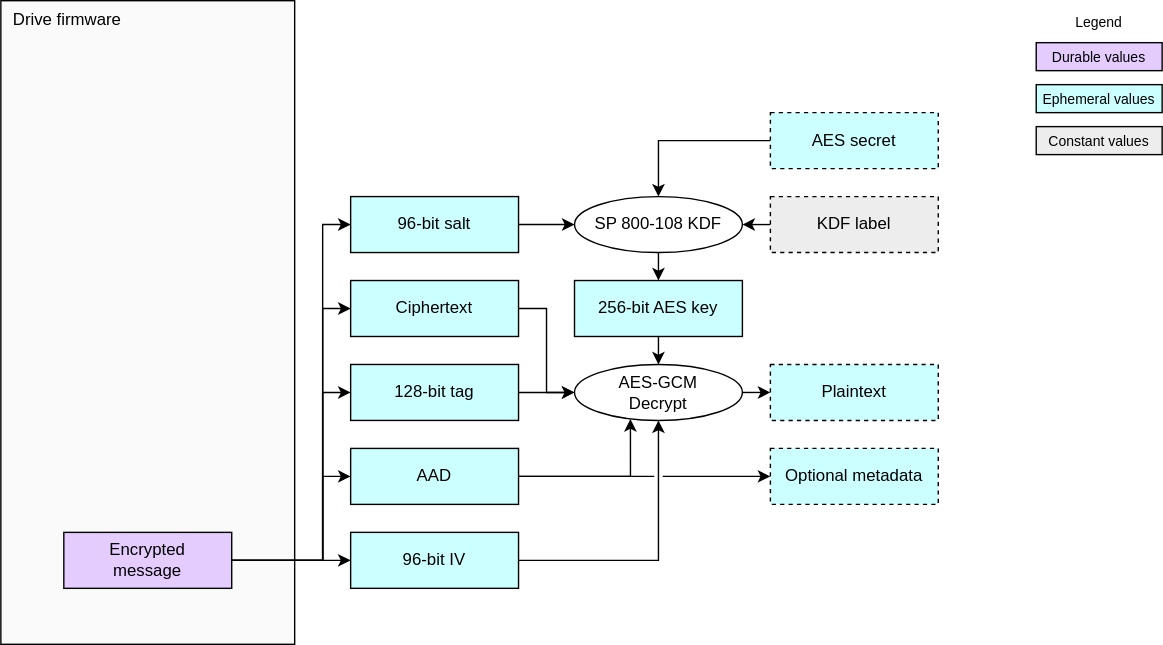
Earlier version of the draw.io export doc/ocp_lock/diagrams/preconditioned_aes_decrypt.drawio.svg (chipsalliance/Caliptra). Source tidied: cells renumbered, new cells last; positions are measured from the earlier drawing's top-left corner, leaving out a move shared by most shapes. The source it was exported from:
```xml
<mxGraphModel background="#ffffff">
  <root>
    <mxCell id="0" />
    <mxCell id="1" parent="0" />
    <mxCell id="2" value="Drive firmware" style="rounded=0;whiteSpace=wrap;html=1;fillColor=#FAFAFA;strokeColor=#000000;align=left;verticalAlign=top;spacingLeft=7;" parent="1" vertex="1">
      <mxGeometry width="210" height="460" as="geometry" />
    </mxCell>
    <mxCell id="3" value="&lt;div&gt;&lt;font color=&quot;#000000&quot;&gt;Durable values&lt;/font&gt;&lt;/div&gt;" style="rounded=0;whiteSpace=wrap;html=1;align=center;verticalAlign=middle;shadow=0;glass=0;spacingLeft=0;spacingBottom=0;spacingTop=0;fillColor=#E5CCFF;fontSize=10;" parent="1" vertex="1">
      <mxGeometry x="740" y="30" width="90" height="20" as="geometry" />
    </mxCell>
    <mxCell id="4" value="Legend" style="text;strokeColor=none;align=center;fillColor=none;html=1;verticalAlign=middle;whiteSpace=wrap;rounded=0;fontSize=10;" parent="1" vertex="1">
      <mxGeometry x="755" width="60" height="30" as="geometry" />
    </mxCell>
    <mxCell id="5" value="&lt;div&gt;&lt;font color=&quot;#000000&quot;&gt;Ephemeral values&lt;/font&gt;&lt;/div&gt;" style="rounded=0;whiteSpace=wrap;html=1;align=center;verticalAlign=middle;shadow=0;glass=0;spacingLeft=0;spacingBottom=0;spacingTop=0;fillColor=#CCFFFF;fontSize=10;" parent="1" vertex="1">
      <mxGeometry x="740" y="60" width="90" height="20" as="geometry" />
    </mxCell>
    <mxCell id="6" style="edgeStyle=orthogonalEdgeStyle;html=1;exitX=1;exitY=0.5;exitDx=0;exitDy=0;entryX=0;entryY=0.5;entryDx=0;entryDy=0;rounded=0;" parent="1" edge="1" source="7" target="34">
      <mxGeometry relative="1" as="geometry">
        <Array as="points">
          <mxPoint x="230" y="400" />
          <mxPoint x="230" y="340" />
        </Array>
      </mxGeometry>
    </mxCell>
    <mxCell id="7" value="&lt;div&gt;&lt;font color=&quot;#000000&quot;&gt;Encrypted&lt;/font&gt;&lt;/div&gt;&lt;div&gt;&lt;font color=&quot;#000000&quot;&gt;message&lt;/font&gt;&lt;/div&gt;" style="rounded=0;whiteSpace=wrap;html=1;align=center;verticalAlign=middle;shadow=0;glass=0;spacingLeft=0;spacingBottom=0;spacingTop=0;fillColor=#E5CCFF;gradientColor=none;strokeColor=#000000;gradientDirection=south;" parent="1" vertex="1">
      <mxGeometry x="45" y="380" width="120" height="40" as="geometry" />
    </mxCell>
    <mxCell id="8" style="html=1;exitX=1;exitY=0.5;exitDx=0;exitDy=0;entryX=0;entryY=0.5;entryDx=0;entryDy=0;rounded=0;" parent="1" edge="1" source="25" target="14">
      <mxGeometry relative="1" as="geometry" />
    </mxCell>
    <mxCell id="9" style="edgeStyle=orthogonalEdgeStyle;html=1;exitX=1;exitY=0.5;exitDx=0;exitDy=0;entryX=0;entryY=0.5;entryDx=0;entryDy=0;rounded=0;" parent="1" edge="1" source="14" target="10">
      <mxGeometry relative="1" as="geometry" />
    </mxCell>
    <mxCell id="10" value="&lt;div&gt;&lt;font color=&quot;#000000&quot;&gt;Plaintext&lt;/font&gt;&lt;/div&gt;" style="rounded=0;whiteSpace=wrap;html=1;align=center;verticalAlign=middle;shadow=0;glass=0;spacingLeft=0;spacingBottom=0;spacingTop=0;fillColor=#CCFFFF;dashed=1;" parent="1" vertex="1">
      <mxGeometry x="550" y="260" width="120" height="40" as="geometry" />
    </mxCell>
    <mxCell id="11" style="edgeStyle=orthogonalEdgeStyle;html=1;exitX=1;exitY=0.5;exitDx=0;exitDy=0;entryX=0.5;entryY=1;entryDx=0;entryDy=0;rounded=0;curved=0;" parent="1" edge="1" source="12" target="14">
      <mxGeometry relative="1" as="geometry" />
    </mxCell>
    <mxCell id="12" value="&lt;div&gt;&lt;font color=&quot;#000000&quot;&gt;96-bit IV&lt;/font&gt;&lt;/div&gt;" style="rounded=0;whiteSpace=wrap;html=1;align=center;verticalAlign=middle;shadow=0;glass=0;spacingLeft=0;spacingBottom=0;spacingTop=0;fillColor=#CCFFFF;" parent="1" vertex="1">
      <mxGeometry x="250" y="380" width="120" height="40" as="geometry" />
    </mxCell>
    <mxCell id="13" style="edgeStyle=orthogonalEdgeStyle;html=1;exitX=1;exitY=0.5;exitDx=0;exitDy=0;entryX=0;entryY=0.5;entryDx=0;entryDy=0;rounded=0;" parent="1" edge="1" source="27" target="14">
      <mxGeometry relative="1" as="geometry" />
    </mxCell>
    <mxCell id="14" value="AES-GCM&lt;div&gt;Decrypt&lt;/div&gt;" style="ellipse;whiteSpace=wrap;html=1;fillColor=#FFFFFF;" parent="1" vertex="1">
      <mxGeometry x="410" y="260" width="120" height="40" as="geometry" />
    </mxCell>
    <mxCell id="15" style="edgeStyle=orthogonalEdgeStyle;endArrow=classic;html=1;rounded=0;endSize=6;startSize=6;entryX=0;entryY=0.5;entryDx=0;entryDy=0;exitX=1;exitY=0.5;exitDx=0;exitDy=0;" parent="1" edge="1" source="7" target="27">
      <mxGeometry relative="1" as="geometry">
        <Array as="points">
          <mxPoint x="230" y="400" />
          <mxPoint x="230" y="220" />
        </Array>
      </mxGeometry>
    </mxCell>
    <mxCell id="16" style="edgeStyle=none;html=1;exitX=0.5;exitY=1;exitDx=0;exitDy=0;entryX=0.5;entryY=0;entryDx=0;entryDy=0;" parent="1" edge="1" source="19" target="17">
      <mxGeometry relative="1" as="geometry" />
    </mxCell>
    <mxCell id="17" value="&lt;div&gt;&lt;font color=&quot;#000000&quot;&gt;256-bit AES key&lt;/font&gt;&lt;/div&gt;" style="rounded=0;whiteSpace=wrap;html=1;align=center;verticalAlign=middle;shadow=0;glass=0;spacingLeft=0;spacingBottom=0;spacingTop=0;fillColor=#CCFFFF;" parent="1" vertex="1">
      <mxGeometry x="410" y="200" width="120" height="40" as="geometry" />
    </mxCell>
    <mxCell id="18" style="edgeStyle=orthogonalEdgeStyle;endArrow=classic;html=1;rounded=0;endSize=6;startSize=6;exitX=0;exitY=0.5;exitDx=0;exitDy=0;entryX=0.5;entryY=0;entryDx=0;entryDy=0;" parent="1" edge="1" source="20" target="19">
      <mxGeometry relative="1" as="geometry" />
    </mxCell>
    <mxCell id="19" value="SP 800-108 KDF" style="ellipse;whiteSpace=wrap;html=1;fillColor=#FFFFFF;" parent="1" vertex="1">
      <mxGeometry x="410" y="140" width="120" height="40" as="geometry" />
    </mxCell>
    <mxCell id="20" value="AES secret" style="rounded=0;whiteSpace=wrap;html=1;align=center;verticalAlign=middle;shadow=0;glass=0;spacingLeft=0;spacingBottom=0;spacingTop=0;fillColor=#CCFFFF;dashed=1;" parent="1" vertex="1">
      <mxGeometry x="550" y="80" width="120" height="40" as="geometry" />
    </mxCell>
    <mxCell id="21" value="&lt;div&gt;&lt;font color=&quot;#000000&quot;&gt;96-bit salt&lt;/font&gt;&lt;/div&gt;" style="rounded=0;whiteSpace=wrap;html=1;align=center;verticalAlign=middle;shadow=0;glass=0;spacingLeft=0;spacingBottom=0;spacingTop=0;fillColor=#CCFFFF;" parent="1" vertex="1">
      <mxGeometry x="250" y="140" width="120" height="40" as="geometry" />
    </mxCell>
    <mxCell id="22" style="edgeStyle=orthogonalEdgeStyle;endArrow=classic;html=1;rounded=0;endSize=6;startSize=6;exitX=1;exitY=0.5;exitDx=0;exitDy=0;entryX=0;entryY=0.5;entryDx=0;entryDy=0;" parent="1" edge="1" source="21" target="19">
      <mxGeometry relative="1" as="geometry" />
    </mxCell>
    <mxCell id="23" style="edgeStyle=orthogonalEdgeStyle;html=1;entryX=0;entryY=0.5;entryDx=0;entryDy=0;rounded=0;curved=0;exitX=1;exitY=0.5;exitDx=0;exitDy=0;" parent="1" edge="1" source="7" target="12">
      <mxGeometry relative="1" as="geometry" />
    </mxCell>
    <mxCell id="24" style="edgeStyle=orthogonalEdgeStyle;html=1;entryX=0;entryY=0.5;entryDx=0;entryDy=0;rounded=0;exitX=1;exitY=0.5;exitDx=0;exitDy=0;" parent="1" edge="1" source="7" target="25">
      <mxGeometry relative="1" as="geometry">
        <Array as="points">
          <mxPoint x="230" y="400" />
          <mxPoint x="230" y="280" />
        </Array>
      </mxGeometry>
    </mxCell>
    <mxCell id="25" value="&lt;div&gt;&lt;span style=&quot;background-color: transparent;&quot;&gt;128-bit tag&lt;/span&gt;&lt;/div&gt;" style="rounded=0;whiteSpace=wrap;html=1;align=center;verticalAlign=middle;shadow=0;glass=0;spacingLeft=0;spacingBottom=0;spacingTop=0;fillColor=#CCFFFF;" parent="1" vertex="1">
      <mxGeometry x="250" y="260" width="120" height="40" as="geometry" />
    </mxCell>
    <mxCell id="26" style="edgeStyle=orthogonalEdgeStyle;html=1;exitX=0.5;exitY=1;exitDx=0;exitDy=0;entryX=0.5;entryY=0;entryDx=0;entryDy=0;rounded=0;" parent="1" edge="1" source="17" target="14">
      <mxGeometry relative="1" as="geometry" />
    </mxCell>
    <mxCell id="27" value="&lt;div&gt;&lt;font color=&quot;#000000&quot;&gt;Ciphertext&lt;/font&gt;&lt;/div&gt;" style="rounded=0;whiteSpace=wrap;html=1;align=center;verticalAlign=middle;shadow=0;glass=0;spacingLeft=0;spacingBottom=0;spacingTop=0;fillColor=#CCFFFF;" parent="1" vertex="1">
      <mxGeometry x="250" y="200" width="120" height="40" as="geometry" />
    </mxCell>
    <mxCell id="28" style="edgeStyle=orthogonalEdgeStyle;endArrow=classic;html=1;rounded=0;endSize=6;startSize=6;entryX=0;entryY=0.5;entryDx=0;entryDy=0;exitX=1;exitY=0.5;exitDx=0;exitDy=0;" parent="1" edge="1" source="7" target="21">
      <mxGeometry relative="1" as="geometry">
        <Array as="points">
          <mxPoint x="230" y="400" />
          <mxPoint x="230" y="160" />
        </Array>
      </mxGeometry>
    </mxCell>
    <mxCell id="29" style="edgeStyle=orthogonalEdgeStyle;html=1;exitX=0;exitY=0.5;exitDx=0;exitDy=0;entryX=1;entryY=0.5;entryDx=0;entryDy=0;rounded=0;" parent="1" edge="1" source="30" target="19">
      <mxGeometry relative="1" as="geometry" />
    </mxCell>
    <mxCell id="30" value="&lt;div&gt;&lt;font color=&quot;#000000&quot;&gt;KDF label&lt;/font&gt;&lt;/div&gt;" style="rounded=0;whiteSpace=wrap;html=1;align=center;verticalAlign=middle;shadow=0;glass=0;spacingLeft=0;spacingBottom=0;spacingTop=0;fillColor=#EDEDED;dashed=1;" parent="1" vertex="1">
      <mxGeometry x="550" y="140" width="120" height="40" as="geometry" />
    </mxCell>
    <mxCell id="31" value="&lt;div&gt;&lt;font color=&quot;#000000&quot;&gt;Constant values&lt;/font&gt;&lt;/div&gt;" style="rounded=0;whiteSpace=wrap;html=1;align=center;verticalAlign=middle;shadow=0;glass=0;spacingLeft=0;spacingBottom=0;spacingTop=0;fillColor=#EDEDED;fontSize=10;" parent="1" vertex="1">
      <mxGeometry x="740" y="90" width="90" height="20" as="geometry" />
    </mxCell>
    <mxCell id="32" style="edgeStyle=orthogonalEdgeStyle;html=1;exitX=1;exitY=0.5;exitDx=0;exitDy=0;entryX=0;entryY=0.5;entryDx=0;entryDy=0;rounded=0;jumpStyle=gap;" parent="1" edge="1" source="34" target="35">
      <mxGeometry relative="1" as="geometry" />
    </mxCell>
    <mxCell id="33" style="edgeStyle=orthogonalEdgeStyle;html=1;exitX=1;exitY=0.5;exitDx=0;exitDy=0;rounded=0;curved=0;entryX=0.333;entryY=0.975;entryDx=0;entryDy=0;entryPerimeter=0;" parent="1" edge="1" source="34" target="14">
      <mxGeometry relative="1" as="geometry" />
    </mxCell>
    <mxCell id="34" value="&lt;div&gt;&lt;span style=&quot;background-color: transparent;&quot;&gt;AAD&lt;/span&gt;&lt;/div&gt;" style="rounded=0;whiteSpace=wrap;html=1;align=center;verticalAlign=middle;shadow=0;glass=0;spacingLeft=0;spacingBottom=0;spacingTop=0;fillColor=#CCFFFF;" parent="1" vertex="1">
      <mxGeometry x="250" y="320" width="120" height="40" as="geometry" />
    </mxCell>
    <mxCell id="35" value="&lt;div&gt;&lt;font color=&quot;#000000&quot;&gt;Optional metadata&lt;/font&gt;&lt;/div&gt;" style="rounded=0;whiteSpace=wrap;html=1;align=center;verticalAlign=middle;shadow=0;glass=0;spacingLeft=0;spacingBottom=0;spacingTop=0;fillColor=#CCFFFF;dashed=1;" parent="1" vertex="1">
      <mxGeometry x="550" y="320" width="120" height="40" as="geometry" />
    </mxCell>
  </root>
</mxGraphModel>
```
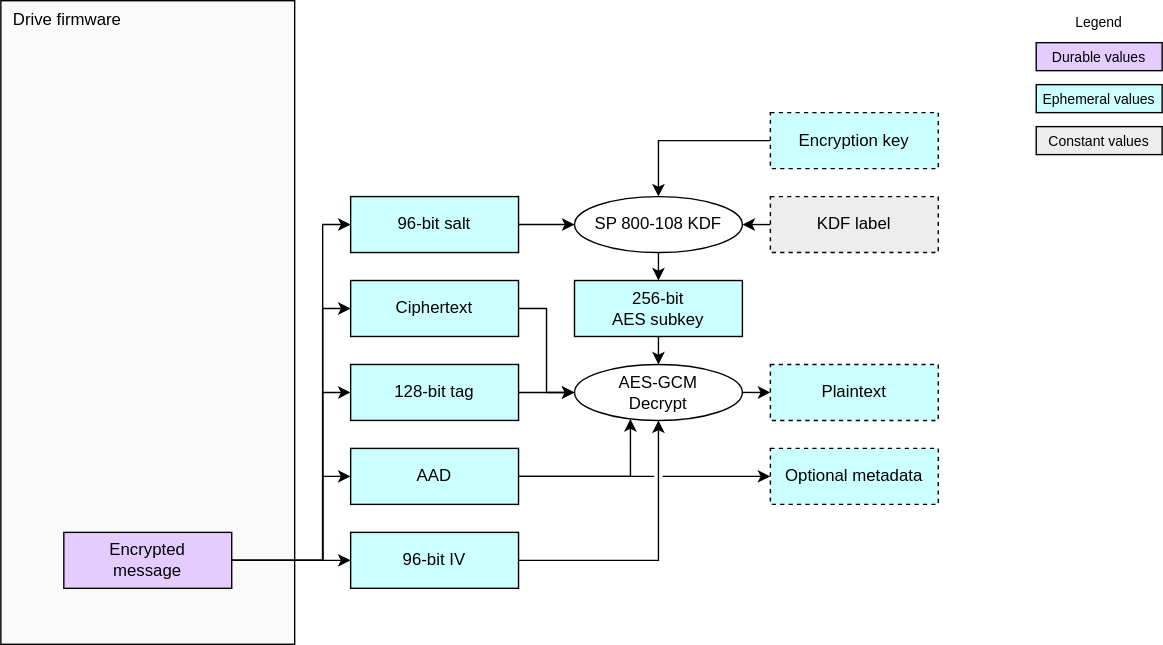
Above is the later version.

Diff of the diagram source:
```diff
@@ -57,7 +57,7 @@
     <mxCell id="16" style="edgeStyle=none;html=1;exitX=0.5;exitY=1;exitDx=0;exitDy=0;entryX=0.5;entryY=0;entryDx=0;entryDy=0;" parent="1" edge="1" source="19" target="17">
       <mxGeometry relative="1" as="geometry" />
     </mxCell>
-    <mxCell id="17" value="&lt;div&gt;&lt;font color=&quot;#000000&quot;&gt;256-bit AES key&lt;/font&gt;&lt;/div&gt;" style="rounded=0;whiteSpace=wrap;html=1;align=center;verticalAlign=middle;shadow=0;glass=0;spacingLeft=0;spacingBottom=0;spacingTop=0;fillColor=#CCFFFF;" parent="1" vertex="1">
+    <mxCell id="17" value="&lt;div&gt;&lt;font color=&quot;#000000&quot;&gt;256-bit&lt;/font&gt;&lt;/div&gt;&lt;div&gt;&lt;font color=&quot;#000000&quot;&gt;AES&amp;nbsp;&lt;/font&gt;&lt;span style=&quot;background-color: transparent;&quot;&gt;subkey&lt;/span&gt;&lt;/div&gt;" style="rounded=0;whiteSpace=wrap;html=1;align=center;verticalAlign=middle;shadow=0;glass=0;spacingLeft=0;spacingBottom=0;spacingTop=0;fillColor=#CCFFFF;" parent="1" vertex="1">
       <mxGeometry x="410" y="200" width="120" height="40" as="geometry" />
     </mxCell>
     <mxCell id="18" style="edgeStyle=orthogonalEdgeStyle;endArrow=classic;html=1;rounded=0;endSize=6;startSize=6;exitX=0;exitY=0.5;exitDx=0;exitDy=0;entryX=0.5;entryY=0;entryDx=0;entryDy=0;" parent="1" edge="1" source="20" target="19">
@@ -66,7 +66,7 @@
     <mxCell id="19" value="SP 800-108 KDF" style="ellipse;whiteSpace=wrap;html=1;fillColor=#FFFFFF;" parent="1" vertex="1">
       <mxGeometry x="410" y="140" width="120" height="40" as="geometry" />
     </mxCell>
-    <mxCell id="20" value="AES secret" style="rounded=0;whiteSpace=wrap;html=1;align=center;verticalAlign=middle;shadow=0;glass=0;spacingLeft=0;spacingBottom=0;spacingTop=0;fillColor=#CCFFFF;dashed=1;" parent="1" vertex="1">
+    <mxCell id="20" value="Encryption key" style="rounded=0;whiteSpace=wrap;html=1;align=center;verticalAlign=middle;shadow=0;glass=0;spacingLeft=0;spacingBottom=0;spacingTop=0;fillColor=#CCFFFF;dashed=1;" parent="1" vertex="1">
       <mxGeometry x="550" y="80" width="120" height="40" as="geometry" />
     </mxCell>
     <mxCell id="21" value="&lt;div&gt;&lt;font color=&quot;#000000&quot;&gt;96-bit salt&lt;/font&gt;&lt;/div&gt;" style="rounded=0;whiteSpace=wrap;html=1;align=center;verticalAlign=middle;shadow=0;glass=0;spacingLeft=0;spacingBottom=0;spacingTop=0;fillColor=#CCFFFF;" parent="1" vertex="1">
```
